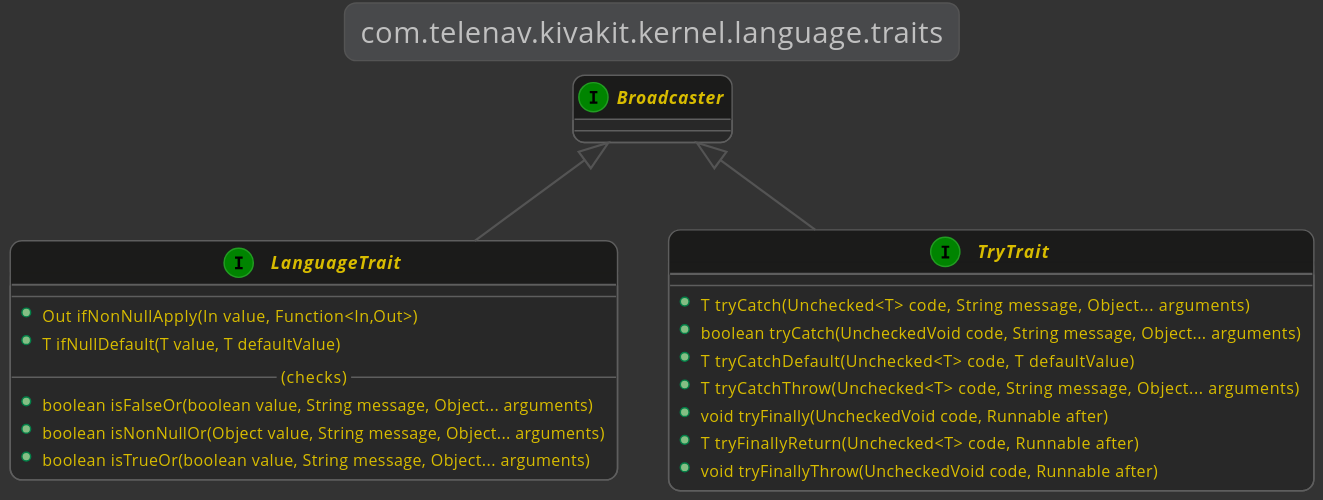
This is docs/1.3.1-SNAPSHOT/lexakai/kivakit/kivakit-kernel/documentation/diagrams/com.telenav.kivakit.kernel.language.traits.svg from Telenav/kivakit-assets, a PlantUML export, as it was before one commit.
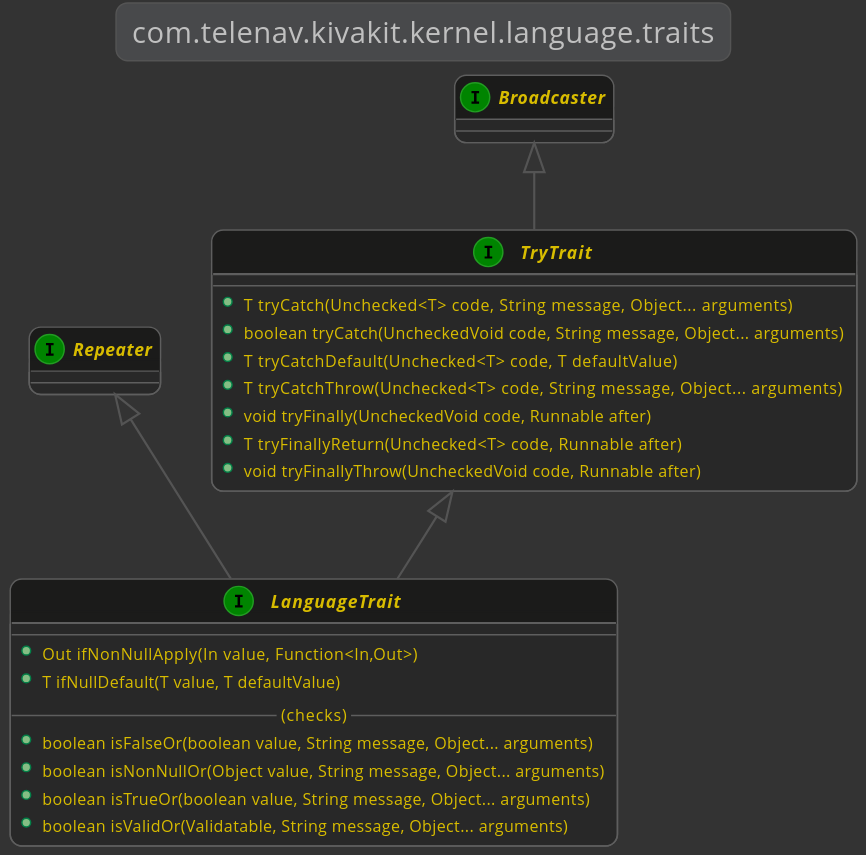
Later version of the same file.

Diff of the diagram source:
```diff
@@ -4,8 +4,10 @@
 
     title "com.telenav.kivakit.kernel.language.traits"
 
-    interface Broadcaster
-    Broadcaster <|-- LanguageTrait
+    interface Repeater
+    interface TryTrait
+    TryTrait <|-- LanguageTrait
+    Repeater <|-- LanguageTrait
     interface LanguageTrait
     {
         --
@@ -15,6 +17,7 @@
         +boolean isFalseOr(boolean value, String message, Object... arguments)
         +boolean isNonNullOr(Object value, String message, Object... arguments)
         +boolean isTrueOr(boolean value, String message, Object... arguments)
+        +boolean isValidOr(Validatable, String message, Object... arguments)
     }
 
     interface Broadcaster
```
